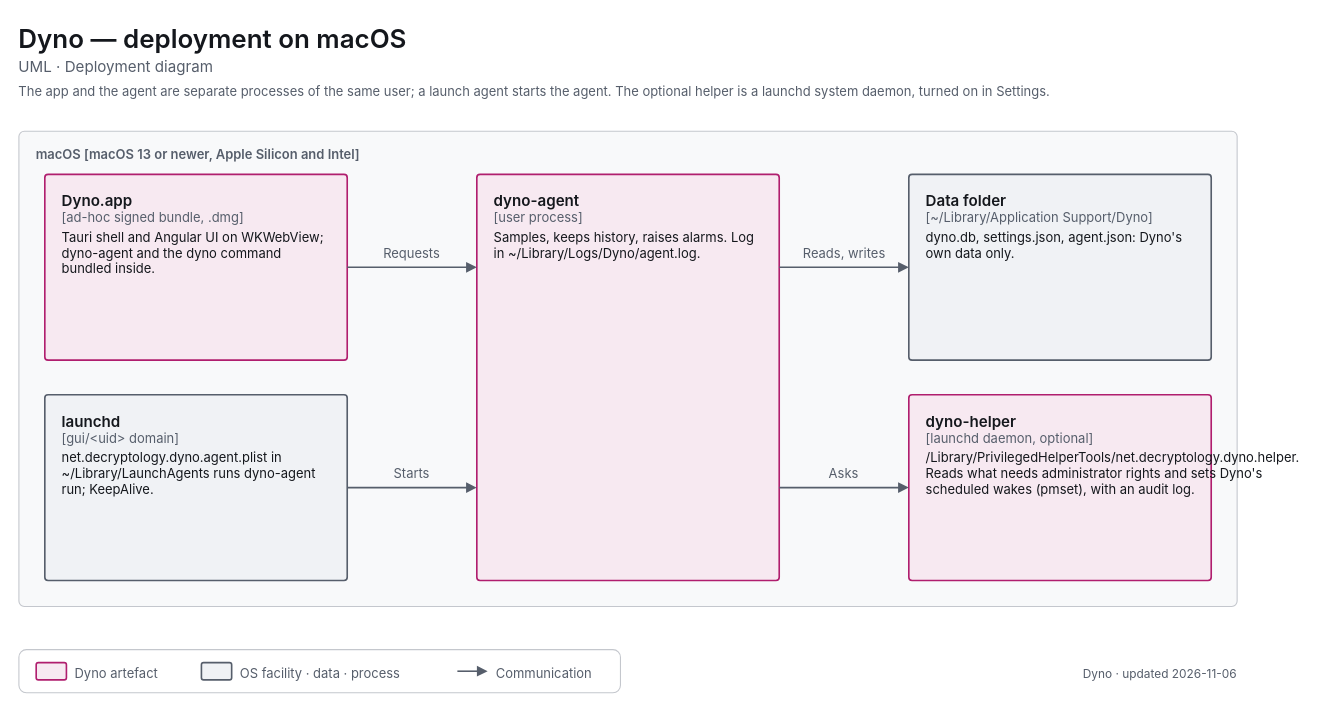
Before: apps/dyno/diagrams/uml-deployment-macos.drawio in decryp7/paddock, a draw.io diagram. Source tidied: cells renumbered, new cells numbered last; positions are measured from the earlier drawing's top-left corner, leaving out a move shared by most shapes. Both pictures are drawn from the tidied source at 108%, with x=0, y=0 at pixel (18, 18).
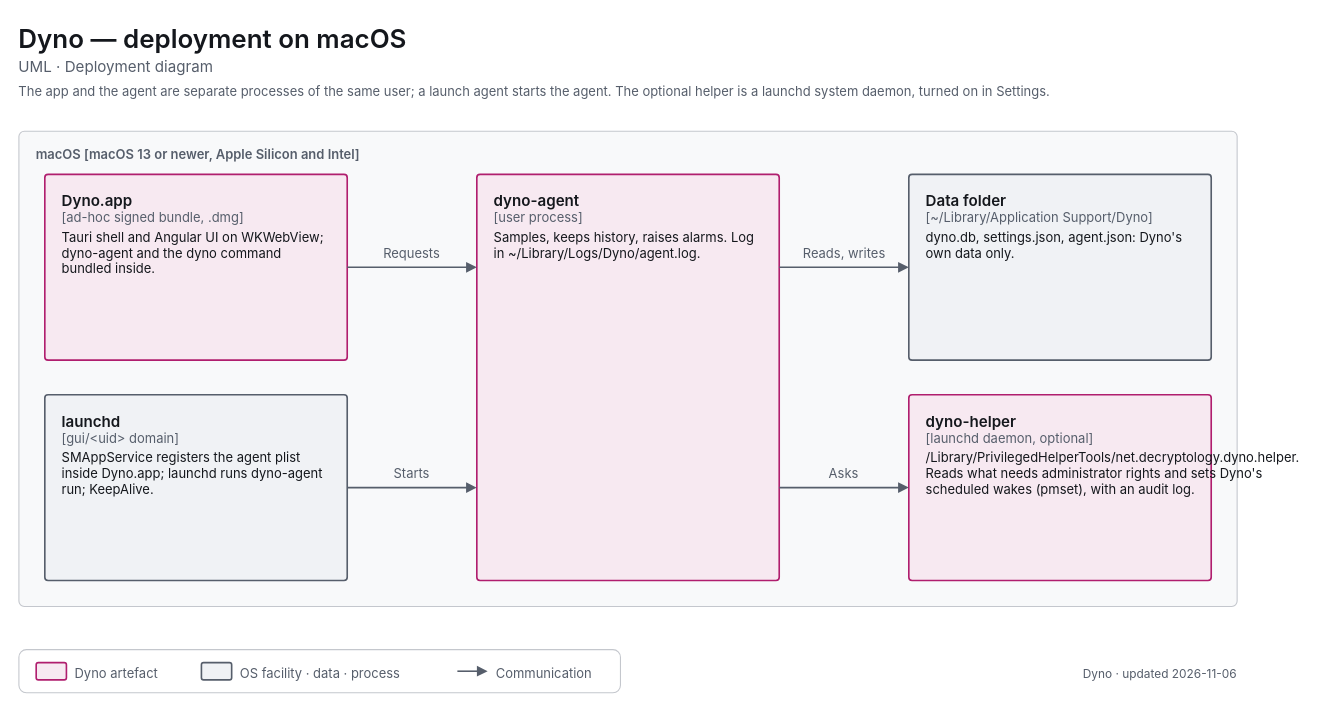
The same diagram, later.

Diff of the diagram source:
```diff
@@
-    <mxCell id="7" value="&lt;span style=&quot;font-size:14px;font-weight:600&quot;&gt;launchd&lt;/span&gt;&lt;br&gt;&lt;span style=&quot;font-size:12px;color:light-dark(#565E6B,#A0A7B2)&quot;&gt;[gui/&amp;lt;uid&amp;gt; domain]&lt;/span&gt;&lt;br&gt;&lt;div style=&quot;margin-top:4px;font-size:12px&quot;&gt;net.decryptology.dyno.agent.plist in ~/Library/LaunchAgents runs dyno-agent run; KeepAlive.&lt;/div&gt;" style="html=1;whiteSpace=wrap;fontFamily=-apple-system,BlinkMacSystemFont,Segoe UI,system-ui,sans-serif;fontSize=12;fontColor=light-dark(#14171C,#ECEEF1);rounded=1;absoluteArcSize=1;arcSize=6;strokeWidth=1.5;strokeColor=light-dark(#565E6B,#A0A7B2);fillColor=light-dark(#F0F2F5,#1B1E23);align=left;verticalAlign=top;spacingLeft=14;spacingRight=14;spacingTop=10;spacingBottom=8;" parent="1" vertex="1">
+    <mxCell id="7" value="&lt;span style=&quot;font-size:14px;font-weight:600&quot;&gt;launchd&lt;/span&gt;&lt;br&gt;&lt;span style=&quot;font-size:12px;color:light-dark(#565E6B,#A0A7B2)&quot;&gt;[gui/&amp;lt;uid&amp;gt; domain]&lt;/span&gt;&lt;br&gt;&lt;div style=&quot;margin-top:4px;font-size:12px&quot;&gt;SMAppService registers the agent plist inside Dyno.app; launchd runs dyno-agent run; KeepAlive.&lt;/div&gt;" style="html=1;whiteSpace=wrap;fontFamily=-apple-system,BlinkMacSystemFont,Segoe UI,system-ui,sans-serif;fontSize=12;fontColor=light-dark(#14171C,#ECEEF1);rounded=1;absoluteArcSize=1;arcSize=6;strokeWidth=1.5;strokeColor=light-dark(#565E6B,#A0A7B2);fillColor=light-dark(#F0F2F5,#1B1E23);align=left;verticalAlign=top;spacingLeft=14;spacingRight=14;spacingTop=10;spacingBottom=8;" parent="1" vertex="1">
       <mxGeometry x="24" y="348" width="280" height="172" as="geometry" />
     </mxCell>
```
